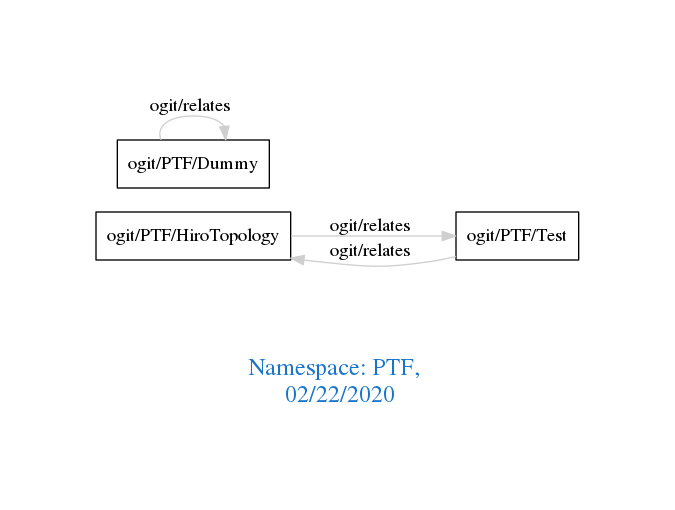
Before: downloads/PTF.png, a diagram exported from Graphviz (arago/OGIT). Its source is kept beside it as downloads/PTF.dot.
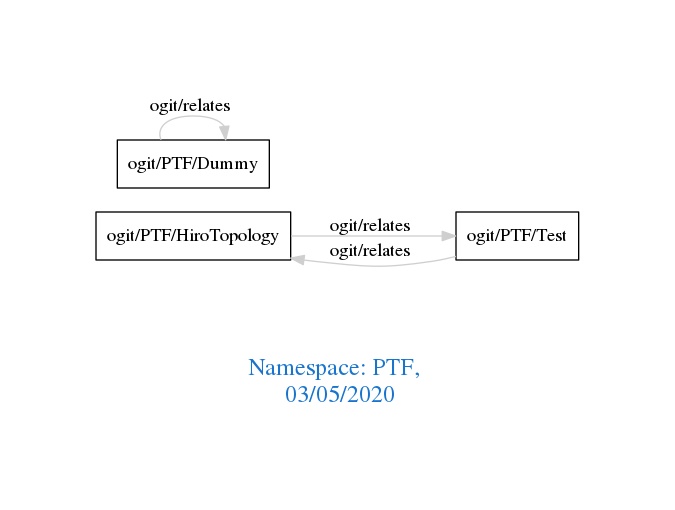
The same file after the commit.

What changed in the source:
```diff
@@ -1,7 +1,7 @@
 digraph OGIT_ontology {
  graph [ rankdir= LR,pad=1
 fontsize = 18,
-fontcolor= dodgerblue3,label = "\n\n\nNamespace: PTF, \n 02/22/2020"];
+fontcolor= dodgerblue3,label = "\n\n\nNamespace: PTF, \n 03/05/2020"];
 node[shape=polygon];
 edge [  color="gray81"];
 
```
